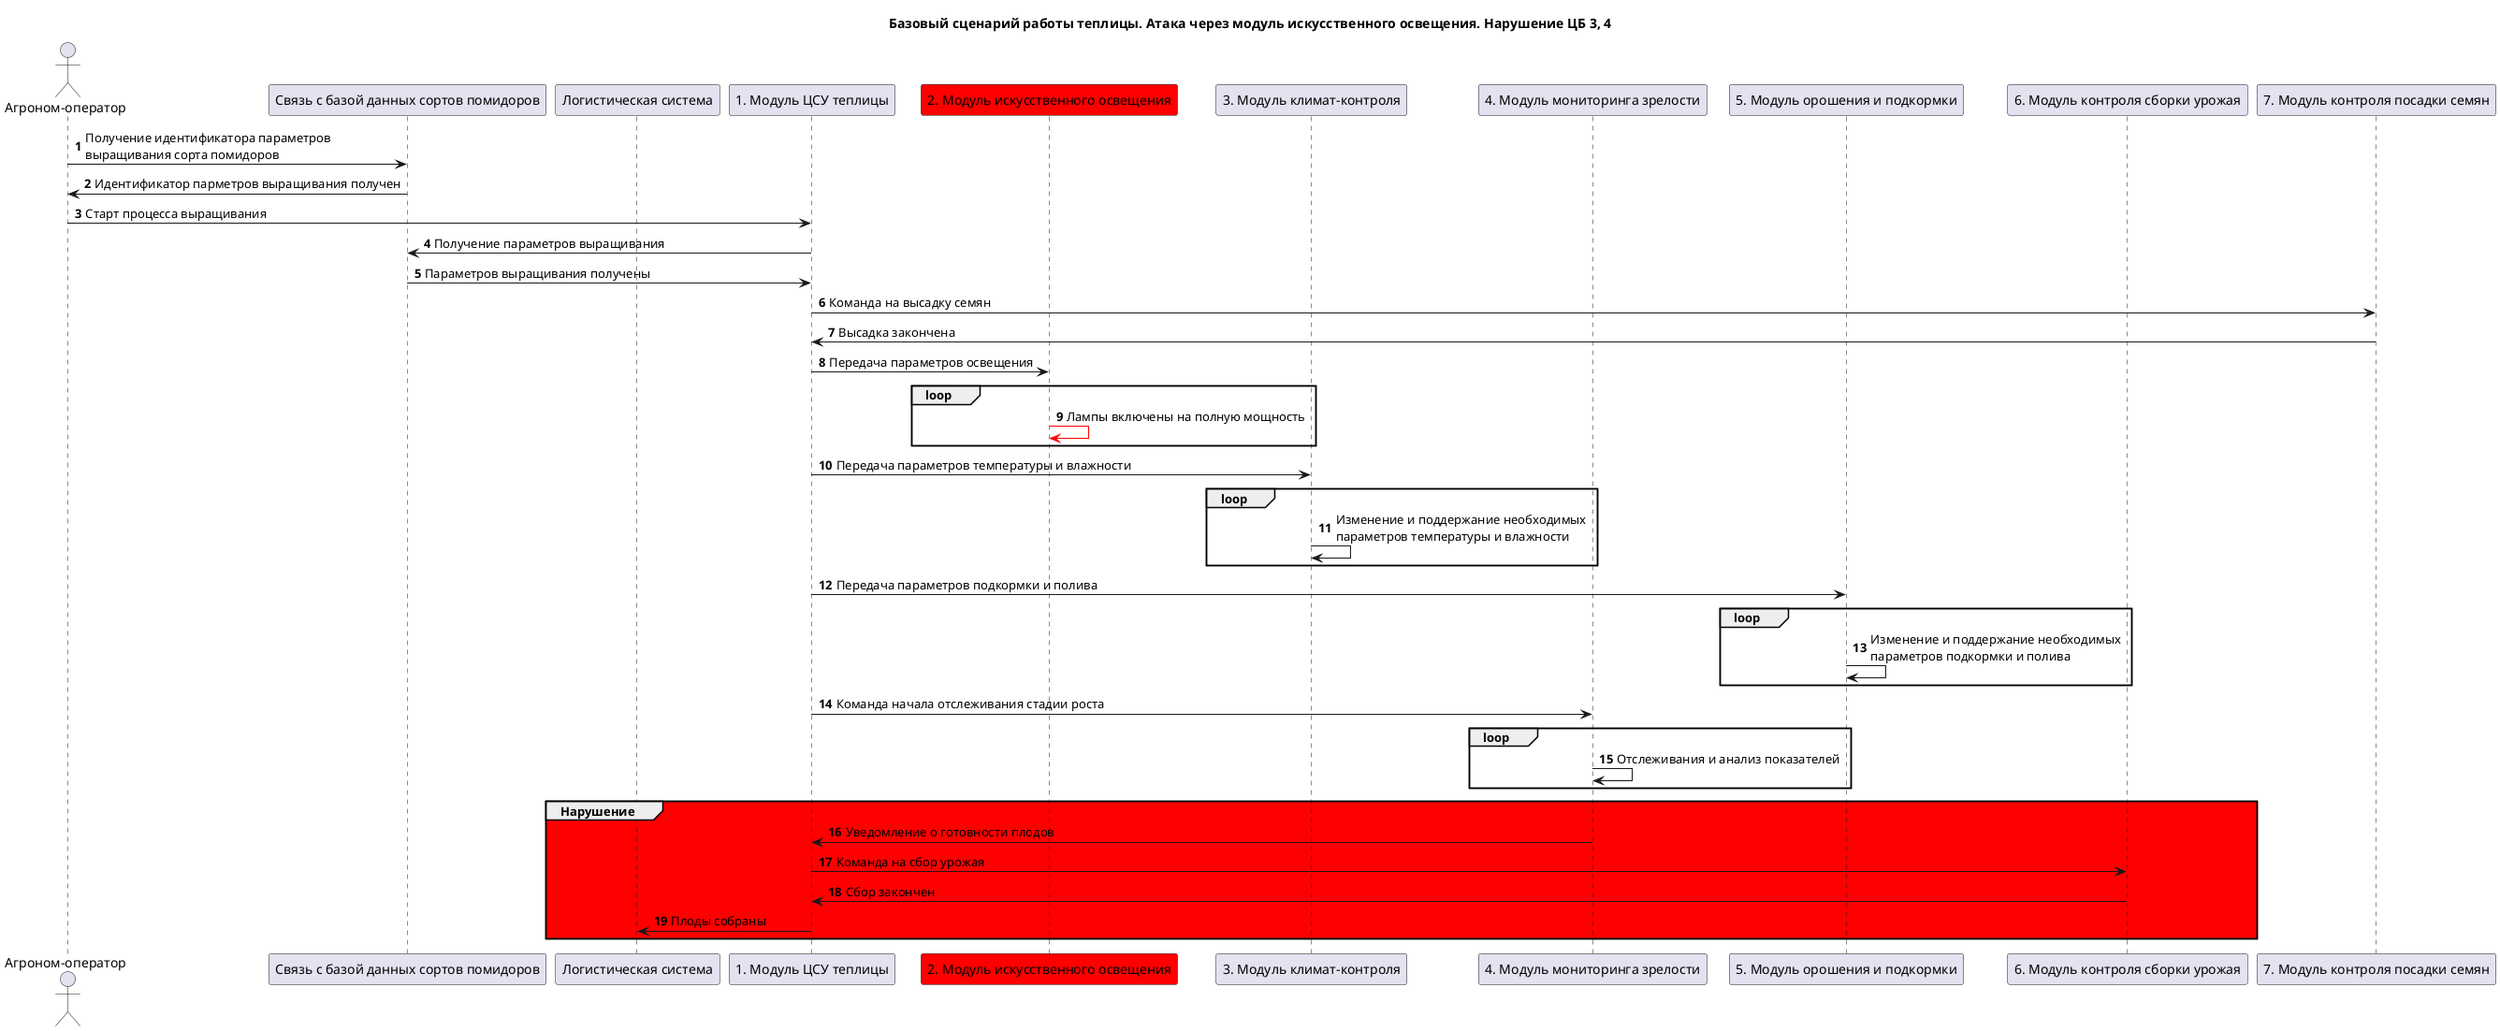
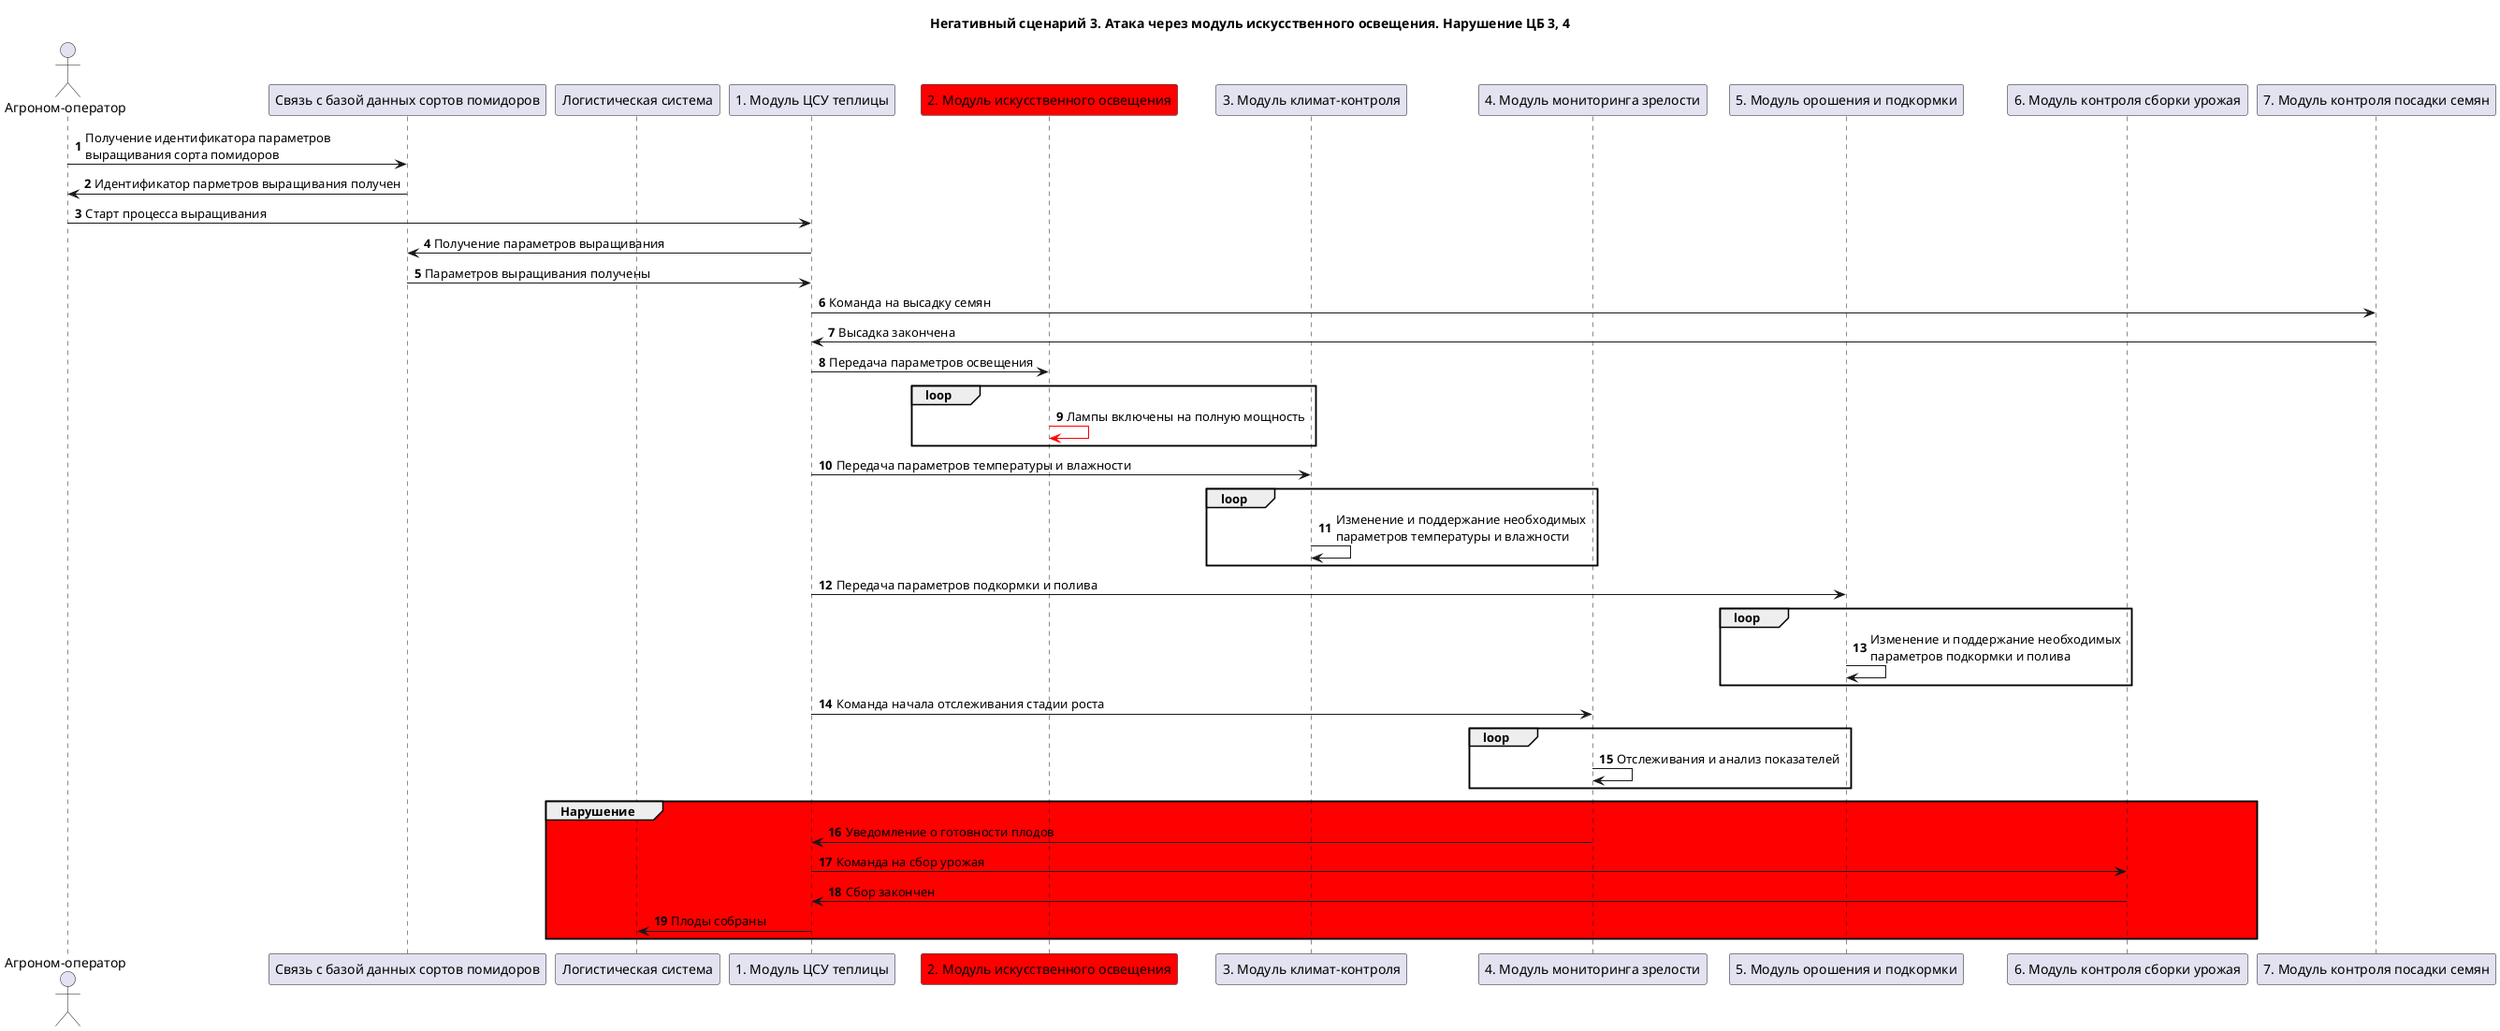
@startuml "ns-3"

- title "Базовый сценарий работы теплицы. Атака через модуль искусственного освещения. Нарушение ЦБ 3, 4"
+ title "Негативный сценарий 3. Атака через модуль искусственного освещения. Нарушение ЦБ 3, 4"

actor "Агроном-оператор" as operator
participant "Связь с базой данных сортов помидоров" as tomato_db
participant "Логистическая система" as logistics_system
participant "1. Модуль ЦСУ теплицы" as main_control_module
participant "2. Модуль искусственного освещения" as lighting_module #red
participant "3. Модуль климат-контроля" as climate_control_module
participant "4. Модуль мониторинга зрелости" as ripeness_monitor_module
participant "5. Модуль орошения и подкормки" as irrigation_module
participant "6. Модуль контроля сборки урожая" as harvesting_module
participant "7. Модуль контроля посадки семян" as planting_module

autonumber

operator -> tomato_db: Получение идентификатора параметров\nвыращивания сорта помидоров
tomato_db -> operator: Идентификатор парметров выращивания получен

operator -> main_control_module: Старт процесса выращивания

main_control_module -> tomato_db: Получение параметров выращивания
tomato_db -> main_control_module: Параметров выращивания получены

main_control_module -> planting_module: Команда на высадку семян
planting_module -> main_control_module: Высадка закончена

main_control_module -> lighting_module: Передача параметров освещения
loop
lighting_module -[#red]> lighting_module: Лампы включены на полную мощность
end

main_control_module -> climate_control_module: Передача параметров температуры и влажности
loop
climate_control_module -> climate_control_module: Изменение и поддержание необходимых\nпараметров температуры и влажности
end

main_control_module -> irrigation_module: Передача параметров подкормки и полива
loop
irrigation_module -> irrigation_module: Изменение и поддержание необходимых\nпараметров подкормки и полива
end

main_control_module -> ripeness_monitor_module: Команда начала отслеживания стадии роста
loop
ripeness_monitor_module -> ripeness_monitor_module: Отслеживания и анализ показателей
end

group #red Нарушение
ripeness_monitor_module -> main_control_module: Уведомление о готовности плодов

main_control_module -> harvesting_module: Команда на сбор урожая
harvesting_module -> main_control_module: Сбор закончен

main_control_module -> logistics_system: Плоды собраны
end

@enduml